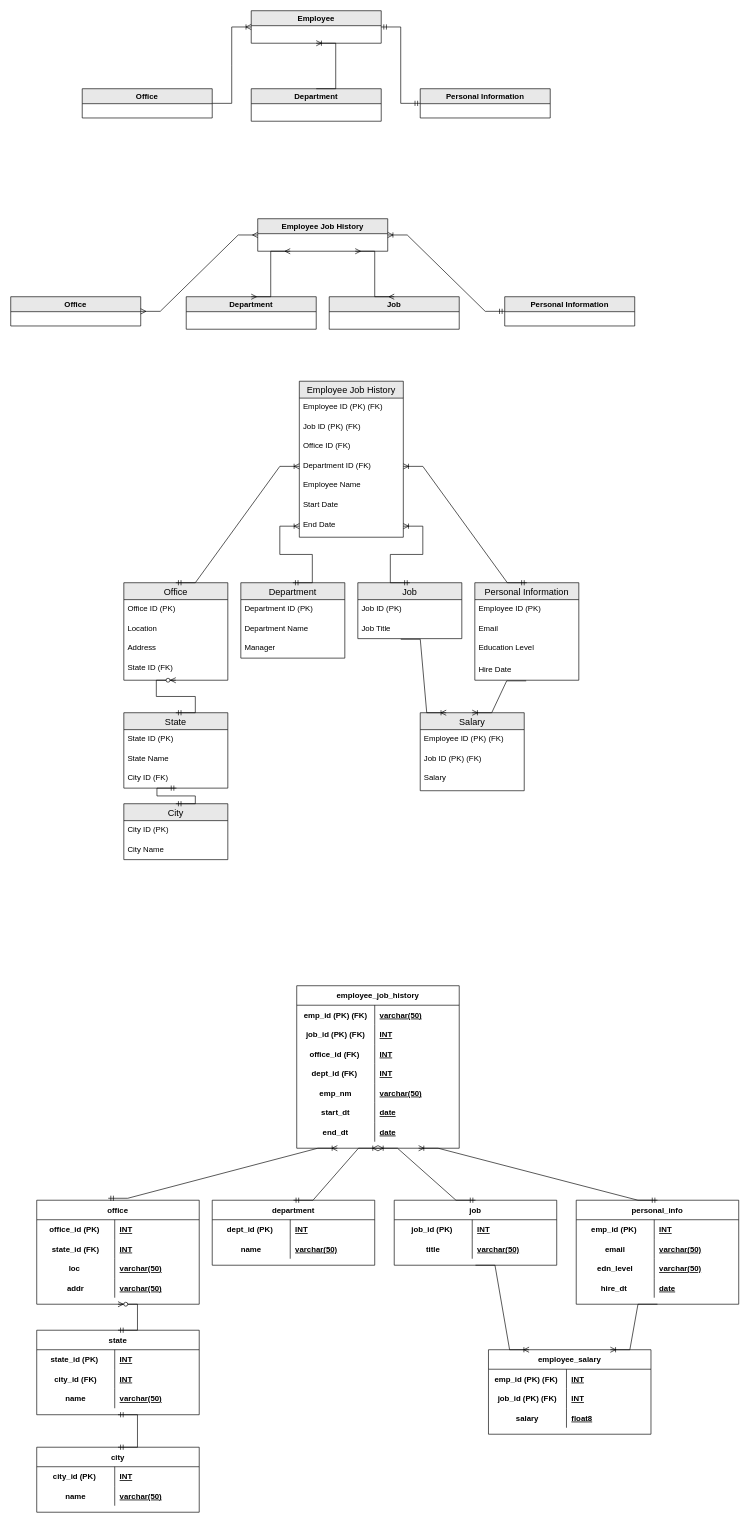
Earlier version of the draw.io diagram HR_ERD.drawio (ohikendoit/data_architect_foundation). Source tidied: cells renumbered, new cells numbered last; positions are measured from the earlier drawing's top-left corner, leaving out a move shared by most shapes. Both pictures are drawn from the tidied source at 65%, with x=0, y=0 at pixel (10, 10).
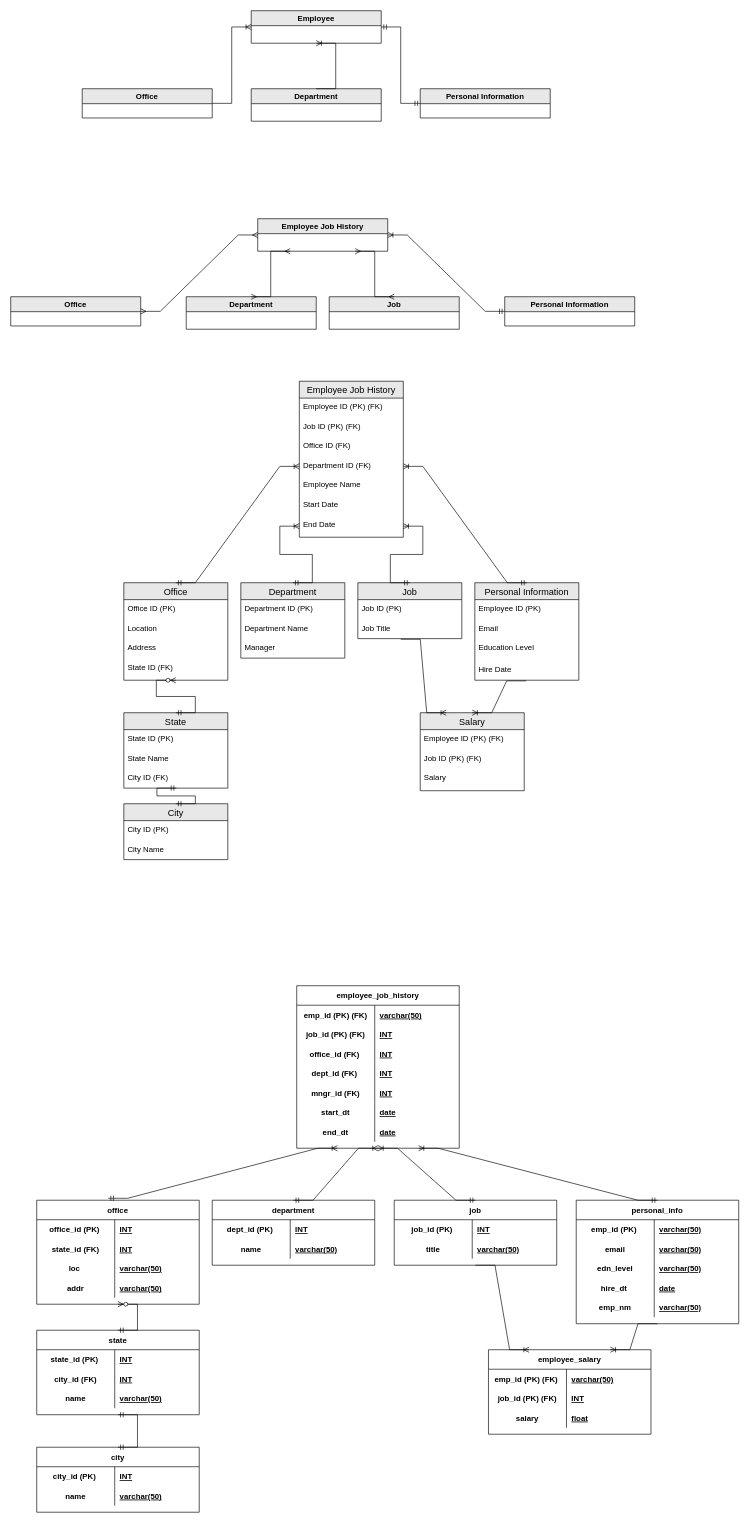
Above is the later version.

Unchanged cells that the change refers to:
```xml
<mxCell id="51" value="employee_job_history" style="shape=table;startSize=30;childLayout=tableLayout;rowLines=0;fontStyle=1;align=center;" parent="1" vertex="1">
  <mxGeometry x="440" y="1500" width="250" height="250" as="geometry" />
</mxCell>
<mxCell id="124" style="shape=partialRectangle;fillColor=none;top=0;left=0;bottom=0;right=0;" parent="123" vertex="1">
  <mxGeometry y="30" width="250" height="30" as="geometry" />
</mxCell>
<mxCell id="138" style="shape=partialRectangle;fillColor=none;top=0;left=0;bottom=0;right=0;" parent="137" vertex="1">
  <mxGeometry y="30" width="250" height="30" as="geometry" />
</mxCell>
<mxCell id="144" style="shape=partialRectangle;fillColor=none;top=0;left=0;bottom=0;right=0;" parent="137" vertex="1">
  <mxGeometry y="90" width="250" height="30" as="geometry" />
</mxCell>
```

The edit, as a diff of the source:
```diff
@@
-    <mxCell id="64" style="shape=partialRectangle;fillColor=none;top=0;left=0;bottom=0;right=0;" parent="51" vertex="1">
-      <mxGeometry y="150" width="250" height="30" as="geometry" />
-    </mxCell>
-    <mxCell id="65" value="emp_nm" style="shape=partialRectangle;fillColor=none;top=0;left=0;bottom=0;right=0;fontStyle=1;overflow=hidden;" parent="64" vertex="1">
-      <mxGeometry width="120" height="30" as="geometry" />
-    </mxCell>
-    <mxCell id="66" value="varchar(50)" style="shape=partialRectangle;fillColor=none;top=0;left=0;bottom=0;right=0;align=left;spacingLeft=6;fontStyle=5;overflow=hidden;" parent="64" vertex="1">
-      <mxGeometry x="120" width="130" height="30" as="geometry" />
-    </mxCell>
     <mxCell id="67" style="shape=partialRectangle;fillColor=none;top=0;left=0;bottom=0;right=0;" parent="51" vertex="1">
-      <mxGeometry y="180" width="250" height="30" as="geometry" />
+      <mxGeometry y="150" width="250" height="30" as="geometry" />
     </mxCell>
-    <mxCell id="68" value="start_dt" style="shape=partialRectangle;fillColor=none;top=0;left=0;bottom=0;right=0;fontStyle=1;overflow=hidden;" parent="67" vertex="1">
+    <mxCell id="68" value="mngr_id (FK)" style="shape=partialRectangle;fillColor=none;top=0;left=0;bottom=0;right=0;fontStyle=1;overflow=hidden;" parent="67" vertex="1">
       <mxGeometry width="120" height="30" as="geometry" />
     </mxCell>
-    <mxCell id="69" value="date" style="shape=partialRectangle;fillColor=none;top=0;left=0;bottom=0;right=0;align=left;spacingLeft=6;fontStyle=5;overflow=hidden;" parent="67" vertex="1">
+    <mxCell id="69" value="INT" style="shape=partialRectangle;fillColor=none;top=0;left=0;bottom=0;right=0;align=left;spacingLeft=6;fontStyle=5;overflow=hidden;" parent="67" vertex="1">
       <mxGeometry x="120" width="130" height="30" as="geometry" />
     </mxCell>
     <mxCell id="70" style="shape=partialRectangle;fillColor=none;top=0;left=0;bottom=0;right=0;" parent="51" vertex="1">
-      <mxGeometry y="210" width="250" height="30" as="geometry" />
+      <mxGeometry y="180" width="250" height="30" as="geometry" />
     </mxCell>
-    <mxCell id="71" value="end_dt" style="shape=partialRectangle;fillColor=none;top=0;left=0;bottom=0;right=0;fontStyle=1;overflow=hidden;" parent="70" vertex="1">
+    <mxCell id="71" value="start_dt" style="shape=partialRectangle;fillColor=none;top=0;left=0;bottom=0;right=0;fontStyle=1;overflow=hidden;" parent="70" vertex="1">
       <mxGeometry width="120" height="30" as="geometry" />
     </mxCell>
@@
+    <mxCell id="159" style="shape=partialRectangle;fillColor=none;top=0;left=0;bottom=0;right=0;" parent="51" vertex="1">
+      <mxGeometry y="210" width="250" height="30" as="geometry" />
+    </mxCell>
+    <mxCell id="160" value="end_dt" style="shape=partialRectangle;fillColor=none;top=0;left=0;bottom=0;right=0;fontStyle=1;overflow=hidden;" parent="159" vertex="1">
+      <mxGeometry width="120" height="30" as="geometry" />
+    </mxCell>
+    <mxCell id="161" value="date" style="shape=partialRectangle;fillColor=none;top=0;left=0;bottom=0;right=0;align=left;spacingLeft=6;fontStyle=5;overflow=hidden;" parent="159" vertex="1">
+      <mxGeometry x="120" width="130" height="30" as="geometry" />
+    </mxCell>
@@
     <mxCell id="123" value="personal_info" style="shape=table;startSize=30;childLayout=tableLayout;rowLines=0;fontStyle=1;align=center;" parent="1" vertex="1">
-      <mxGeometry x="870" y="1830" width="250" height="160" as="geometry" />
+      <mxGeometry x="870" y="1830" width="250" height="190" as="geometry" />
     </mxCell>
@@
-    <mxCell id="126" value="INT" style="shape=partialRectangle;fillColor=none;top=0;left=0;bottom=0;right=0;align=left;spacingLeft=6;fontStyle=5;overflow=hidden;" parent="124" vertex="1">
+    <mxCell id="126" value="varchar(50)" style="shape=partialRectangle;fillColor=none;top=0;left=0;bottom=0;right=0;align=left;spacingLeft=6;fontStyle=5;overflow=hidden;" parent="124" vertex="1">
       <mxGeometry x="120" width="130" height="30" as="geometry" />
     </mxCell>
@@
+    <mxCell id="64" style="shape=partialRectangle;fillColor=none;top=0;left=0;bottom=0;right=0;" parent="123" vertex="1">
+      <mxGeometry y="150" width="250" height="30" as="geometry" />
+    </mxCell>
+    <mxCell id="65" value="emp_nm" style="shape=partialRectangle;fillColor=none;top=0;left=0;bottom=0;right=0;fontStyle=1;overflow=hidden;" parent="64" vertex="1">
+      <mxGeometry width="120" height="30" as="geometry" />
+    </mxCell>
+    <mxCell id="66" value="varchar(50)" style="shape=partialRectangle;fillColor=none;top=0;left=0;bottom=0;right=0;align=left;spacingLeft=6;fontStyle=5;overflow=hidden;" parent="64" vertex="1">
+      <mxGeometry x="120" width="130" height="30" as="geometry" />
+    </mxCell>
@@
-    <mxCell id="140" value="INT" style="shape=partialRectangle;fillColor=none;top=0;left=0;bottom=0;right=0;align=left;spacingLeft=6;fontStyle=5;overflow=hidden;" parent="138" vertex="1">
+    <mxCell id="140" value="varchar(50)" style="shape=partialRectangle;fillColor=none;top=0;left=0;bottom=0;right=0;align=left;spacingLeft=6;fontStyle=5;overflow=hidden;" parent="138" vertex="1">
       <mxGeometry x="120" width="130" height="30" as="geometry" />
     </mxCell>
@@
-    <mxCell id="146" value="float8" style="shape=partialRectangle;fillColor=none;top=0;left=0;bottom=0;right=0;align=left;spacingLeft=6;fontStyle=5;overflow=hidden;" parent="144" vertex="1">
+    <mxCell id="146" value="float" style="shape=partialRectangle;fillColor=none;top=0;left=0;bottom=0;right=0;align=left;spacingLeft=6;fontStyle=5;overflow=hidden;" parent="144" vertex="1">
       <mxGeometry x="120" width="130" height="30" as="geometry" />
     </mxCell>
```
